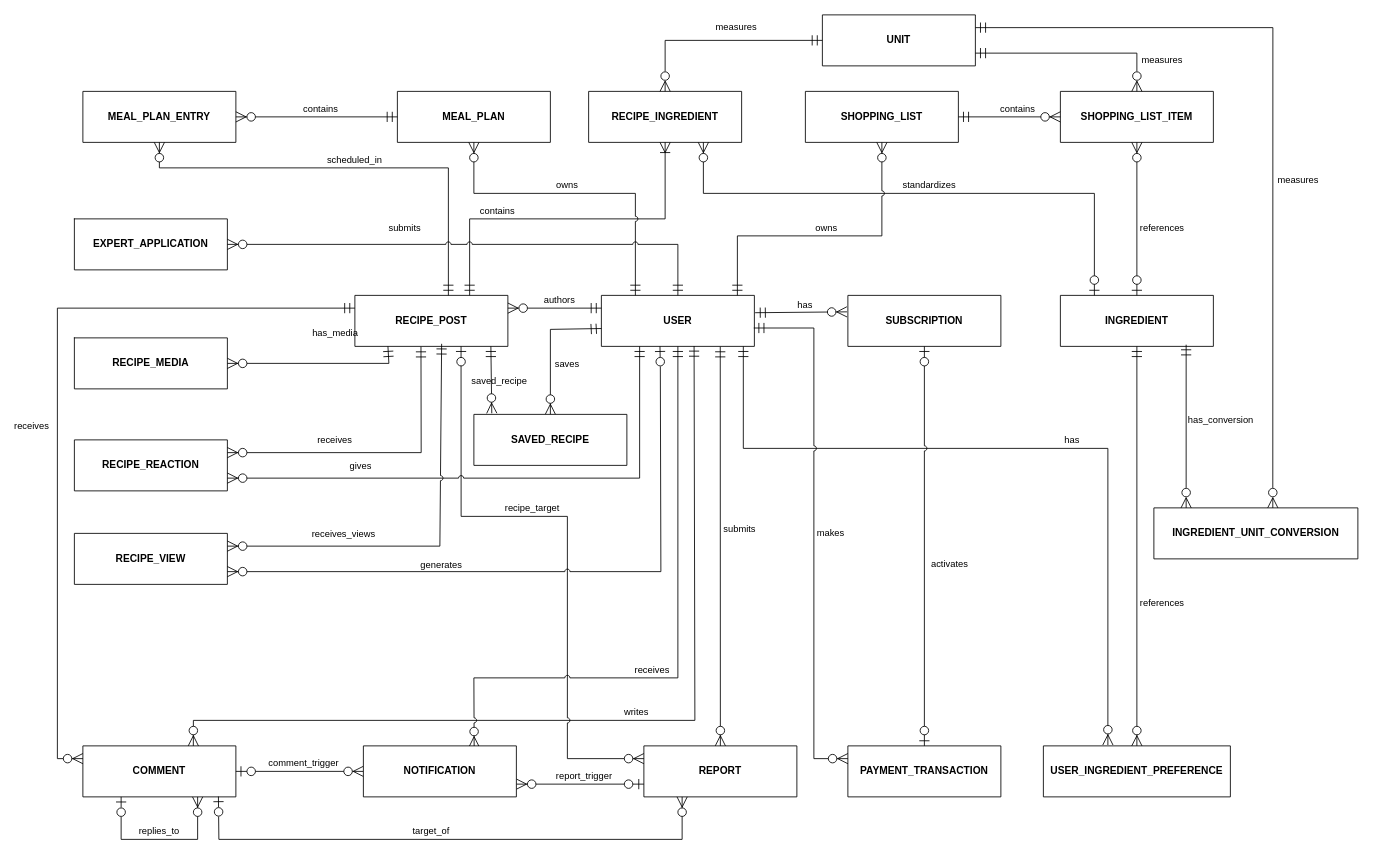
This is docs/diagrams/ERD/conceptual-erd-v1.0.0.drawio from NgaiLong49423/vegetarian-support-system, a draw.io file, before an edit. Source tidied: cells renumbered, new cells numbered last; positions are measured from the earlier drawing's top-left corner, leaving out a move shared by most shapes. Both pictures are drawn from the tidied source at 85%, with x=0, y=0 at pixel (57, 14).
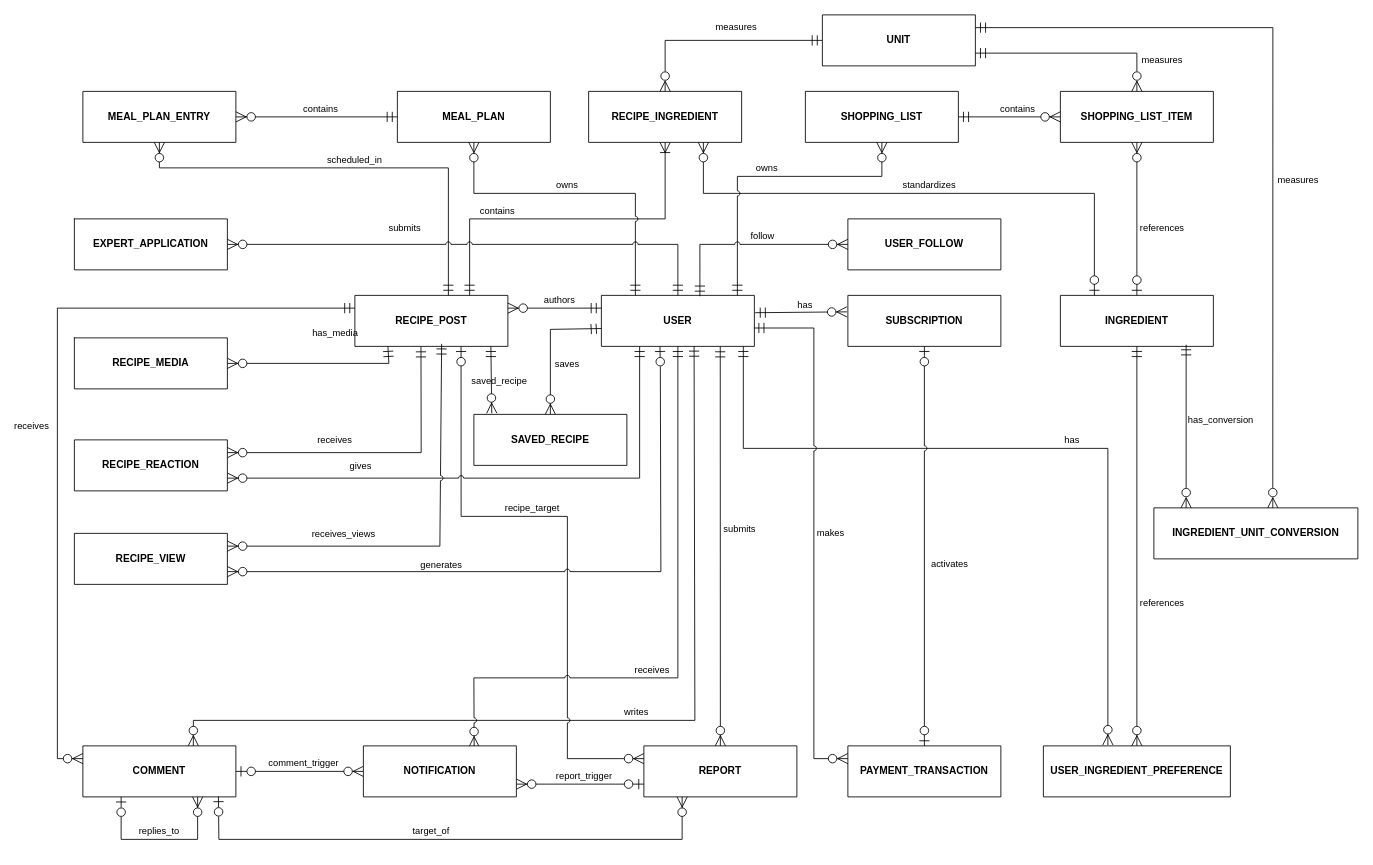
Above is the later version.

The change refers to these unchanged cells:
```xml
<mxCell id="2" value="USER" style="shape=table;startSize=60;whiteSpace=wrap;childLayout=tableLayout;rowLines=1;fontStyle=1;align=center;labelBackgroundColor=none;" parent="1" vertex="1">
  <mxGeometry x="640" y="330" width="180" height="60" as="geometry" />
</mxCell>
<mxCell id="11" value="SHOPPING_LIST" style="shape=table;startSize=60;whiteSpace=wrap;childLayout=tableLayout;rowLines=1;fontStyle=1;align=center;labelBackgroundColor=none;" parent="1" vertex="1">
  <mxGeometry x="880" y="90" width="180" height="60" as="geometry" />
</mxCell>
```

What changed in the source:
```diff
@@
     <mxCell id="29" value="owns" style="startArrow=ERmandOne;startSize=10;endArrow=ERzeroToMany;endSize=10;rounded=0;jumpStyle=arc;labelBackgroundColor=none;fontColor=default;edgeStyle=orthogonalEdgeStyle;startFill=0;" parent="1" edge="1" source="2" target="11">
       <mxGeometry y="10" relative="1" as="geometry">
         <Array as="points">
-          <mxPoint x="800" y="260" />
-          <mxPoint x="970" y="260" />
+          <mxPoint x="800" y="190" />
+          <mxPoint x="970" y="190" />
         </Array>
       </mxGeometry>
     </mxCell>
@@
+    <mxCell id="58" value="USER_FOLLOW" style="shape=table;startSize=60;whiteSpace=wrap;childLayout=tableLayout;rowLines=1;fontStyle=1;align=center;labelBackgroundColor=none;" parent="1" vertex="1">
+      <mxGeometry x="930" y="240" width="180" height="60" as="geometry" />
+    </mxCell>
+    <mxCell id="59" value="follow" style="startArrow=ERmandOne;startSize=10;endArrow=ERzeroToMany;endSize=10;rounded=0;jumpStyle=arc;labelBackgroundColor=none;fontColor=default;startFill=0;exitX=0.644;exitY=0.017;exitDx=0;exitDy=0;exitPerimeter=0;entryX=0;entryY=0.5;entryDx=0;entryDy=0;edgeStyle=orthogonalEdgeStyle;" parent="1" edge="1" source="2" target="58">
+      <mxGeometry x="0.15" y="10" relative="1" as="geometry" />
+    </mxCell>
```
